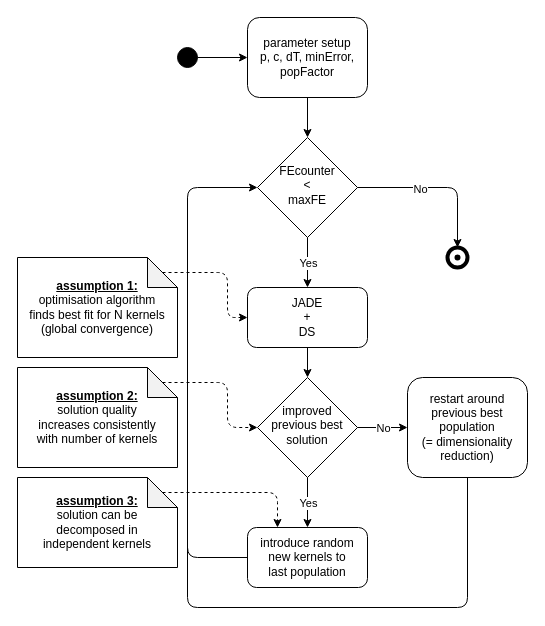
Earlier version of the draw.io diagram code/uml_diag/adaptive_kernels_flowchart.drawio (nicolai-schwartze/Masterthesis). Source tidied: cells renumbered, new cells numbered last; positions are measured from the earlier drawing's top-left corner, leaving out a move shared by most shapes. Both pictures are drawn from the tidied source at 100%, with x=0, y=0 at pixel (17, 17).
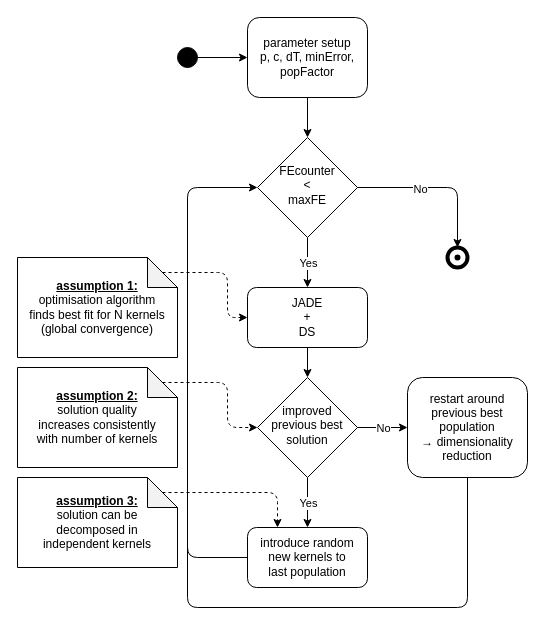
The same diagram, later.

What changed in the source:
```diff
@@
-    <mxCell id="17" value="&lt;div&gt;restart around&lt;/div&gt;&lt;div&gt;previous best&lt;/div&gt;&lt;div&gt;population&lt;/div&gt;&lt;div&gt;(= dimensionality&lt;/div&gt;&lt;div&gt;reduction)&lt;br&gt;&lt;/div&gt;" style="rounded=1;whiteSpace=wrap;html=1;" parent="1" vertex="1">
+    <mxCell id="17" value="&lt;div&gt;restart around&lt;/div&gt;&lt;div&gt;previous best&lt;/div&gt;&lt;div&gt;population&lt;/div&gt;&lt;div&gt;→ dimensionality&lt;/div&gt;&lt;div&gt;reduction&lt;br&gt;&lt;/div&gt;" style="rounded=1;whiteSpace=wrap;html=1;" parent="1" vertex="1">
       <mxGeometry x="390" y="360" width="120" height="100" as="geometry" />
     </mxCell>
```
